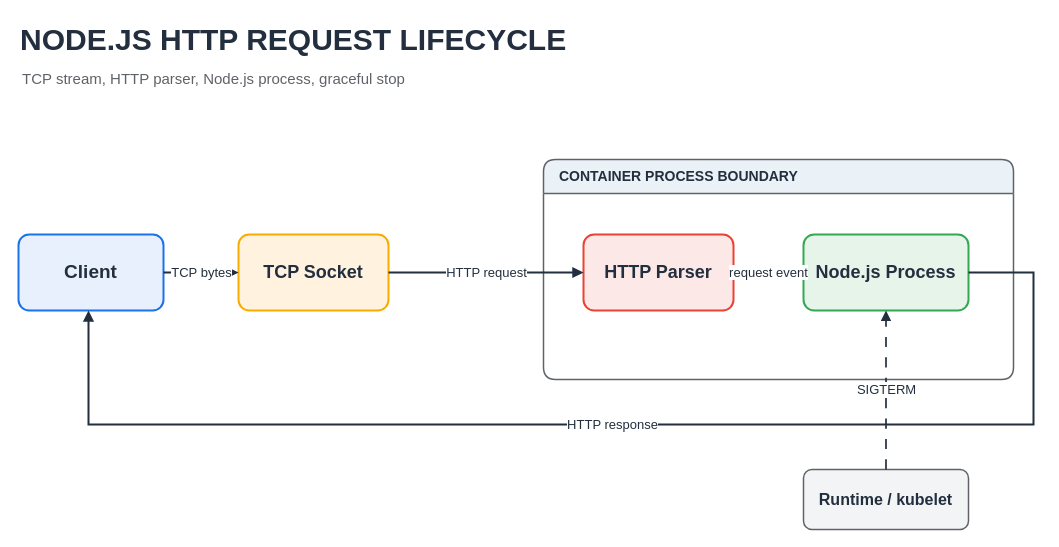
Earlier version of the draw.io diagram assets/img/nodejs/node-http-request-lifecycle-flow.drawio (KKamJi98/kkamji98.github.io). Source tidied: cells renumbered, new cells numbered last; positions are measured from the earlier drawing's top-left corner, leaving out a move shared by most shapes. Both pictures are drawn from the tidied source at 100%, with x=0, y=0 at pixel (18, 17).
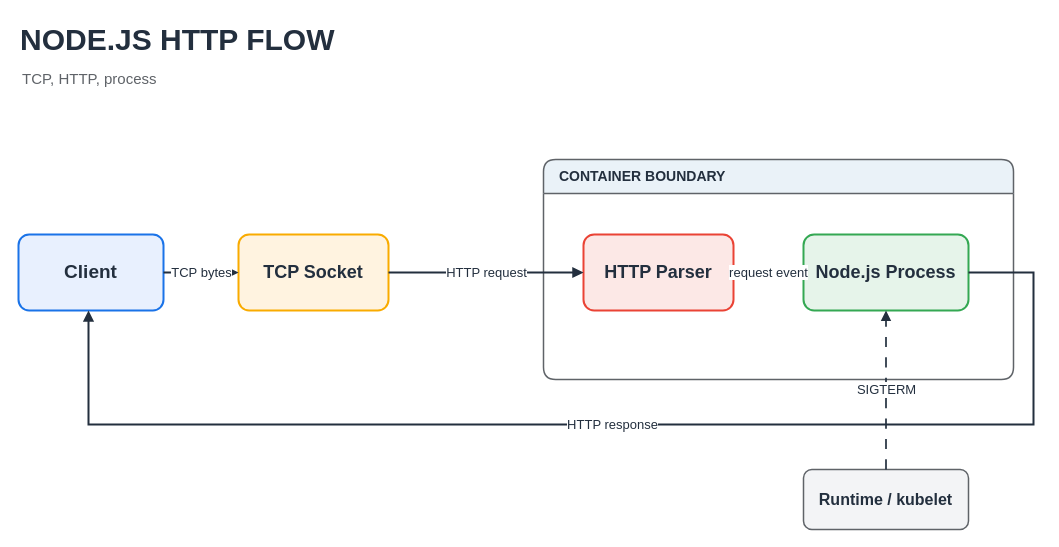
The same page after the edit.

Commit message (it also covers changes not shown here):
docs: tighten request lifecycle diagram labels

Diff of the diagram source:
```diff
@@
 <mxGraphModel>
   <root>
     <mxCell id="0" />
     <mxCell id="1" parent="0" />
-    <mxCell id="2" value="NODE.JS HTTP REQUEST LIFECYCLE" style="text;html=1;strokeColor=none;fillColor=none;align=left;verticalAlign=middle;fontSize=30;fontStyle=1;fontColor=#232F3E;" parent="1" vertex="1">
+    <mxCell id="2" value="NODE.JS HTTP FLOW" style="text;html=1;strokeColor=none;fillColor=none;align=left;verticalAlign=middle;fontSize=30;fontStyle=1;fontColor=#232F3E;" parent="1" vertex="1">
       <mxGeometry width="800" height="44" as="geometry" />
     </mxCell>
-    <mxCell id="3" value="TCP stream, HTTP parser, Node.js process, graceful stop" style="text;html=1;strokeColor=none;fillColor=none;align=left;verticalAlign=middle;fontSize=15;fontColor=#5F6368;" parent="1" vertex="1">
+    <mxCell id="3" value="TCP, HTTP, process" style="text;html=1;strokeColor=none;fillColor=none;align=left;verticalAlign=middle;fontSize=15;fontColor=#5F6368;" parent="1" vertex="1">
       <mxGeometry x="2" y="47" width="760" height="28" as="geometry" />
     </mxCell>
-    <mxCell id="4" value="CONTAINER PROCESS BOUNDARY" style="swimlane;horizontal=1;startSize=34;rounded=1;arcSize=12;html=1;fillColor=#EAF2F8;swimlaneFillColor=#FFFFFF;strokeColor=#5F6368;strokeWidth=1.5;fontSize=14;fontStyle=1;fontColor=#232F3E;align=left;spacingLeft=14;" parent="1" vertex="1">
+    <mxCell id="4" value="CONTAINER BOUNDARY" style="swimlane;horizontal=1;startSize=34;rounded=1;arcSize=12;html=1;fillColor=#EAF2F8;swimlaneFillColor=#FFFFFF;strokeColor=#5F6368;strokeWidth=1.5;fontSize=14;fontStyle=1;fontColor=#232F3E;align=left;spacingLeft=14;" parent="1" vertex="1">
       <mxGeometry x="525" y="142" width="470" height="220" as="geometry" />
     </mxCell>
     <mxCell id="5" value="Client" style="rounded=1;arcSize=14;whiteSpace=wrap;html=1;fillColor=#E8F0FE;strokeColor=#1A73E8;strokeWidth=2;fontColor=#232F3E;fontSize=19;fontStyle=1;align=center;verticalAlign=middle;" parent="1" vertex="1">
       <mxGeometry y="217" width="145" height="76" as="geometry" />
     </mxCell>
     <mxCell id="6" value="TCP Socket" style="rounded=1;arcSize=14;whiteSpace=wrap;html=1;fillColor=#FFF3E0;strokeColor=#F9AB00;strokeWidth=2;fontColor=#232F3E;fontSize=18;fontStyle=1;align=center;verticalAlign=middle;" parent="1" vertex="1">
       <mxGeometry x="220" y="217" width="150" height="76" as="geometry" />
     </mxCell>
     <mxCell id="7" value="HTTP Parser" style="rounded=1;arcSize=14;whiteSpace=wrap;html=1;fillColor=#FCE8E6;strokeColor=#EA4335;strokeWidth=2;fontColor=#232F3E;fontSize=18;fontStyle=1;align=center;verticalAlign=middle;" parent="1" vertex="1">
       <mxGeometry x="565" y="217" width="150" height="76" as="geometry" />
     </mxCell>
     <mxCell id="8" value="Node.js Process" style="rounded=1;arcSize=14;whiteSpace=wrap;html=1;fillColor=#E6F4EA;strokeColor=#34A853;strokeWidth=2;fontColor=#232F3E;fontSize=18;fontStyle=1;align=center;verticalAlign=middle;" parent="1" vertex="1">
       <mxGeometry x="785" y="217" width="165" height="76" as="geometry" />
     </mxCell>
     <mxCell id="9" value="TCP bytes" style="edgeStyle=orthogonalEdgeStyle;rounded=0;html=1;strokeColor=#232F3E;strokeWidth=2;endArrow=block;endFill=1;fontSize=13;fontColor=#232F3E;labelBackgroundColor=#FFFFFF;" parent="1" edge="1" source="5" target="6">
       <mxGeometry relative="1" as="geometry" />
     </mxCell>
     <mxCell id="10" value="HTTP request" style="edgeStyle=orthogonalEdgeStyle;rounded=0;html=1;strokeColor=#232F3E;strokeWidth=2;endArrow=block;endFill=1;fontSize=13;fontColor=#232F3E;labelBackgroundColor=#FFFFFF;" parent="1" edge="1" source="6" target="7">
       <mxGeometry relative="1" as="geometry" />
     </mxCell>
     <mxCell id="11" value="request event" style="edgeStyle=orthogonalEdgeStyle;rounded=0;html=1;strokeColor=#232F3E;strokeWidth=2;endArrow=block;endFill=1;fontSize=13;fontColor=#232F3E;labelBackgroundColor=#FFFFFF;" parent="1" edge="1" source="7" target="8">
       <mxGeometry relative="1" as="geometry" />
     </mxCell>
     <mxCell id="12" value="HTTP response" style="edgeStyle=orthogonalEdgeStyle;rounded=0;html=1;strokeColor=#232F3E;strokeWidth=2;endArrow=block;endFill=1;fontSize=13;fontColor=#232F3E;labelBackgroundColor=#FFFFFF;" parent="1" edge="1" source="8" target="5">
       <mxGeometry relative="1" as="geometry">
         <Array as="points">
           <mxPoint x="1015" y="407" />
           <mxPoint x="70" y="407" />
         </Array>
       </mxGeometry>
     </mxCell>
     <mxCell id="13" value="Runtime / kubelet" style="rounded=1;arcSize=14;whiteSpace=wrap;html=1;fillColor=#F3F4F6;strokeColor=#5F6368;strokeWidth=1.5;fontColor=#232F3E;fontSize=16;fontStyle=1;align=center;verticalAlign=middle;" parent="1" vertex="1">
       <mxGeometry x="785" y="452" width="165" height="60" as="geometry" />
     </mxCell>
     <mxCell id="14" value="SIGTERM" style="edgeStyle=orthogonalEdgeStyle;rounded=0;html=1;dashed=1;dashPattern=6 6;strokeColor=#232F3E;strokeWidth=1.7;endArrow=block;endFill=1;fontSize=13;fontColor=#232F3E;labelBackgroundColor=#FFFFFF;" parent="1" edge="1" source="13" target="8">
       <mxGeometry relative="1" as="geometry" />
     </mxCell>
   </root>
 </mxGraphModel>
```
